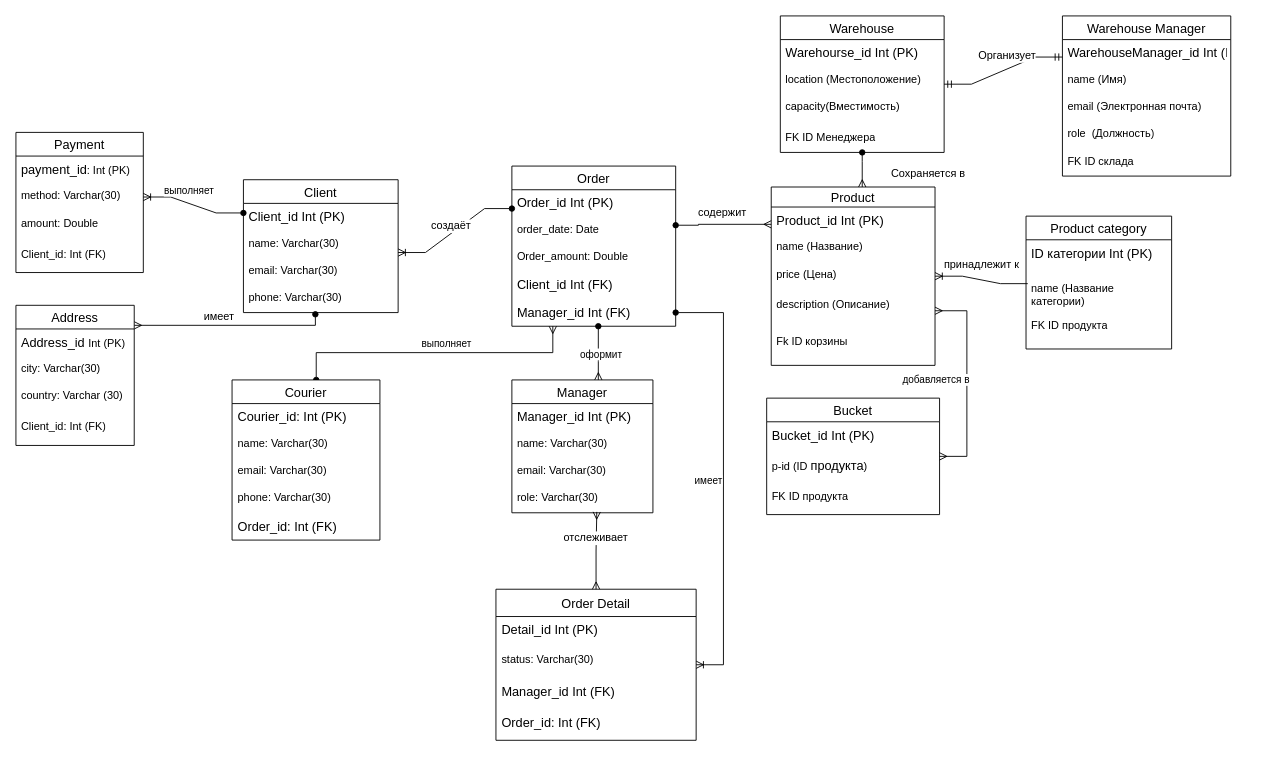
This is obos_6th.drawio from mati-tech/draw.io, a draw.io file, before an edit. Source tidied: cells renumbered, new cells numbered last; positions are measured from the earlier drawing's top-left corner, leaving out a move shared by most shapes. Both pictures are drawn from the tidied source at 91%, with x=0, y=0 at pixel (15, 15).
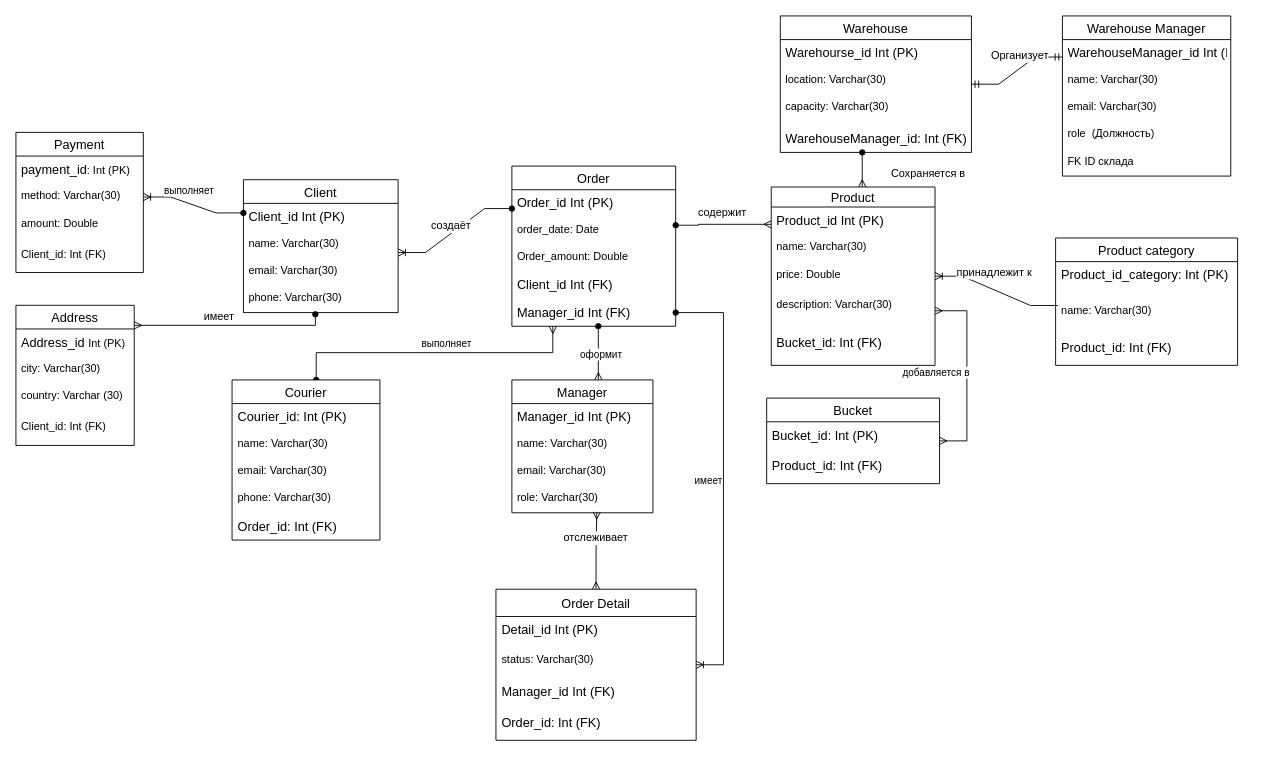
After the change.

The change refers to these unchanged cells:
```xml
<mxCell id="15" value="Product" style="swimlane;fontStyle=0;horizontal=1;startSize=22;align=center;fontSize=14;" parent="1" vertex="1">
  <mxGeometry x="830" y="188" width="180" height="196" as="geometry" />
</mxCell>
<mxCell id="70" value="Warehouse Manager" style="swimlane;fontStyle=0;horizontal=1;startSize=26;align=center;fontSize=14;" parent="1" vertex="1">
  <mxGeometry x="1150" width="185" height="176" as="geometry" />
</mxCell>
```

The edit, as a diff of the source:
```diff
@@
-    <mxCell id="17" value="name (&lt;span style=&quot;background-color: initial;&quot;&gt;Название)&lt;/span&gt;&lt;div&gt;&lt;span style=&quot;background-color: initial;&quot;&gt;&lt;br&gt;&lt;/span&gt;&lt;/div&gt;" style="text;strokeColor=none;fillColor=none;spacingLeft=4;spacingRight=4;overflow=hidden;fontSize=12;whiteSpace=wrap;html=1;" parent="15" vertex="1">
+    <mxCell id="17" value="&lt;div&gt;name: Varchar(30)&lt;span style=&quot;background-color: initial;&quot;&gt;&lt;/span&gt;&lt;/div&gt;" style="text;strokeColor=none;fillColor=none;spacingLeft=4;spacingRight=4;overflow=hidden;fontSize=12;whiteSpace=wrap;html=1;" parent="15" vertex="1">
       <mxGeometry y="52" width="180" height="30" as="geometry" />
     </mxCell>
-    <mxCell id="18" value="price (Цена)&lt;div&gt;&lt;span style=&quot;background-color: initial;&quot;&gt;&lt;br&gt;&lt;/span&gt;&lt;/div&gt;" style="text;strokeColor=none;fillColor=none;spacingLeft=4;spacingRight=4;overflow=hidden;fontSize=12;whiteSpace=wrap;html=1;" parent="15" vertex="1">
+    <mxCell id="18" value="&lt;div&gt;price: Double&lt;/div&gt;" style="text;strokeColor=none;fillColor=none;spacingLeft=4;spacingRight=4;overflow=hidden;fontSize=12;whiteSpace=wrap;html=1;" parent="15" vertex="1">
       <mxGeometry y="82" width="180" height="34" as="geometry" />
     </mxCell>
-    <mxCell id="19" value="description (Описание)&lt;div&gt;&lt;span style=&quot;background-color: initial;&quot;&gt;&lt;br&gt;&lt;/span&gt;&lt;/div&gt;" style="text;strokeColor=none;fillColor=none;spacingLeft=4;spacingRight=4;overflow=hidden;points=[[0,0.5],[1,0.5]];portConstraint=eastwest;fontSize=12;whiteSpace=wrap;html=1;" parent="15" vertex="1">
+    <mxCell id="19" value="&lt;div&gt;description: Varchar(30)&lt;span style=&quot;background-color: initial;&quot;&gt;&lt;/span&gt;&lt;/div&gt;" style="text;strokeColor=none;fillColor=none;spacingLeft=4;spacingRight=4;overflow=hidden;points=[[0,0.5],[1,0.5]];portConstraint=eastwest;fontSize=12;whiteSpace=wrap;html=1;" parent="15" vertex="1">
       <mxGeometry y="116" width="180" height="40" as="geometry" />
     </mxCell>
-    <mxCell id="20" value="&lt;div&gt;&lt;font style=&quot;font-size: 12px;&quot;&gt;&lt;span style=&quot;text-align: center; text-wrap-mode: nowrap;&quot;&gt;Fk ID&amp;nbsp;&lt;/span&gt;&lt;span style=&quot;text-align: center; text-wrap-mode: nowrap; background-color: initial;&quot;&gt;корзины&lt;/span&gt;&lt;/font&gt;&lt;/div&gt;" style="text;strokeColor=none;fillColor=none;spacingLeft=4;spacingRight=4;overflow=hidden;fontSize=12;whiteSpace=wrap;html=1;" parent="15" vertex="1">
+    <mxCell id="20" value="&lt;span style=&quot;font-size: 14px; text-align: center; text-wrap-mode: nowrap;&quot;&gt;Bucket_id: Int (FK)&lt;/span&gt;" style="text;strokeColor=none;fillColor=none;spacingLeft=4;spacingRight=4;overflow=hidden;fontSize=12;whiteSpace=wrap;html=1;" parent="15" vertex="1">
       <mxGeometry y="156" width="180" height="40" as="geometry" />
     </mxCell>
     <mxCell id="21" value="Product category" style="swimlane;fontStyle=0;horizontal=1;startSize=26;align=center;fontSize=14;" parent="1" vertex="1">
-      <mxGeometry x="1110" y="220" width="160" height="146" as="geometry" />
+      <mxGeometry x="1142.5" y="244" width="200" height="140" as="geometry" />
     </mxCell>
-    <mxCell id="22" value="&lt;div&gt;&lt;span style=&quot;font-size: 14px; text-align: center; text-wrap-mode: nowrap;&quot;&gt;ID категории&amp;nbsp;Int (PK)&amp;nbsp;&lt;/span&gt;&lt;/div&gt;" style="text;strokeColor=none;fillColor=none;spacingLeft=4;spacingRight=4;overflow=hidden;fontSize=12;whiteSpace=wrap;html=1;" parent="21" vertex="1">
-      <mxGeometry y="26" width="160" height="40" as="geometry" />
+    <mxCell id="22" value="&lt;span style=&quot;font-size: 14px; text-align: center; text-wrap-mode: nowrap;&quot;&gt;Product_id_category: Int (PK)&amp;nbsp;&lt;/span&gt;" style="text;strokeColor=none;fillColor=none;spacingLeft=4;spacingRight=4;overflow=hidden;fontSize=12;whiteSpace=wrap;html=1;" parent="21" vertex="1">
+      <mxGeometry y="26" width="200" height="40" as="geometry" />
     </mxCell>
-    <mxCell id="23" value="name (Название категории)&lt;div&gt;&lt;br&gt;&lt;/div&gt;" style="text;strokeColor=none;fillColor=none;spacingLeft=4;spacingRight=4;overflow=hidden;points=[[0,0.5],[1,0.5]];portConstraint=eastwest;fontSize=12;whiteSpace=wrap;html=1;" parent="21" vertex="1">
-      <mxGeometry y="66" width="160" height="40" as="geometry" />
+    <mxCell id="23" value="&lt;div&gt;name: Varchar(30)&lt;/div&gt;" style="text;strokeColor=none;fillColor=none;spacingLeft=4;spacingRight=4;overflow=hidden;points=[[0,0.5],[1,0.5]];portConstraint=eastwest;fontSize=12;whiteSpace=wrap;html=1;" parent="21" vertex="1">
+      <mxGeometry y="66" width="200" height="40" as="geometry" />
     </mxCell>
-    <mxCell id="24" value="&lt;div&gt;FK ID&amp;nbsp;&lt;span style=&quot;text-align: center; text-wrap-mode: nowrap; background-color: initial;&quot;&gt;&lt;font style=&quot;font-size: 12px;&quot;&gt;продукта&lt;/font&gt;&lt;/span&gt;&lt;/div&gt;" style="text;strokeColor=none;fillColor=none;spacingLeft=4;spacingRight=4;overflow=hidden;fontSize=12;whiteSpace=wrap;html=1;" parent="21" vertex="1">
-      <mxGeometry y="106" width="160" height="40" as="geometry" />
+    <mxCell id="24" value="&lt;span style=&quot;font-size: 14px; text-align: center; text-wrap-mode: nowrap;&quot;&gt;Product_id: Int (FK)&lt;/span&gt;" style="text;strokeColor=none;fillColor=none;spacingLeft=4;spacingRight=4;overflow=hidden;fontSize=12;whiteSpace=wrap;html=1;" parent="21" vertex="1">
+      <mxGeometry y="106" width="200" height="34" as="geometry" />
     </mxCell>
@@
     <mxCell id="42" value="Bucket" style="swimlane;fontStyle=0;horizontal=1;startSize=26;align=center;fontSize=14;" parent="1" vertex="1">
-      <mxGeometry x="825" y="420" width="190" height="128" as="geometry" />
+      <mxGeometry x="825" y="420" width="190" height="94" as="geometry" />
     </mxCell>
-    <mxCell id="43" value="&lt;div&gt;&lt;span style=&quot;font-size: 14px; text-align: center; text-wrap-mode: nowrap;&quot;&gt;Bucket_id&amp;nbsp;Int (PK)&amp;nbsp;&lt;/span&gt;&lt;/div&gt;" style="text;strokeColor=none;fillColor=none;spacingLeft=4;spacingRight=4;overflow=hidden;fontSize=12;whiteSpace=wrap;html=1;" parent="42" vertex="1">
+    <mxCell id="43" value="&lt;div&gt;&lt;span style=&quot;font-size: 14px; text-align: center; text-wrap-mode: nowrap;&quot;&gt;Bucket_id: Int (PK)&amp;nbsp;&lt;/span&gt;&lt;/div&gt;" style="text;strokeColor=none;fillColor=none;spacingLeft=4;spacingRight=4;overflow=hidden;fontSize=12;whiteSpace=wrap;html=1;" parent="42" vertex="1">
       <mxGeometry y="26" width="190" height="34" as="geometry" />
     </mxCell>
-    <mxCell id="44" value="p-id (&lt;span style=&quot;background-color: initial;&quot;&gt;ID&amp;nbsp;&lt;/span&gt;&lt;span style=&quot;font-size: 14px; text-align: center; text-wrap-mode: nowrap;&quot;&gt;продукта&lt;/span&gt;)&lt;div&gt;&lt;br&gt;&lt;/div&gt;" style="text;strokeColor=none;fillColor=none;spacingLeft=4;spacingRight=4;overflow=hidden;fontSize=12;whiteSpace=wrap;html=1;" parent="42" vertex="1">
+    <mxCell id="44" value="&lt;div&gt;&lt;span style=&quot;font-size: 14px; text-align: center; text-wrap-mode: nowrap;&quot;&gt;Product_id: Int (FK)&lt;/span&gt;&lt;/div&gt;" style="text;strokeColor=none;fillColor=none;spacingLeft=4;spacingRight=4;overflow=hidden;fontSize=12;whiteSpace=wrap;html=1;" parent="42" vertex="1">
       <mxGeometry y="60" width="190" height="34" as="geometry" />
     </mxCell>
-    <mxCell id="45" value="&lt;div&gt;&lt;span style=&quot;text-align: center; text-wrap-mode: nowrap;&quot;&gt;&lt;font style=&quot;font-size: 12px;&quot;&gt;FK ID продукта&lt;/font&gt;&lt;/span&gt;&lt;/div&gt;" style="text;strokeColor=none;fillColor=none;spacingLeft=4;spacingRight=4;overflow=hidden;fontSize=12;whiteSpace=wrap;html=1;" parent="42" vertex="1">
-      <mxGeometry y="94" width="190" height="34" as="geometry" />
-    </mxCell>
@@
     <mxCell id="65" value="Warehouse" style="swimlane;fontStyle=0;horizontal=1;startSize=26;align=center;fontSize=14;" parent="1" vertex="1">
-      <mxGeometry x="840" width="180" height="150" as="geometry" />
+      <mxGeometry x="840" width="210" height="150" as="geometry" />
     </mxCell>
     <mxCell id="66" value="&lt;div&gt;&lt;div&gt;&lt;span style=&quot;font-size: 14px; text-align: center; text-wrap-mode: nowrap;&quot;&gt;Warehourse_id&amp;nbsp;Int (PK)&amp;nbsp;&lt;/span&gt;&lt;span style=&quot;background-color: initial;&quot;&gt;&lt;/span&gt;&lt;/div&gt;&lt;/div&gt;" style="text;strokeColor=none;fillColor=none;spacingLeft=4;spacingRight=4;overflow=hidden;fontSize=12;whiteSpace=wrap;html=1;" parent="65" vertex="1">
-      <mxGeometry y="26" width="180" height="30" as="geometry" />
+      <mxGeometry y="26" width="210" height="30" as="geometry" />
     </mxCell>
-    <mxCell id="67" value="location (&lt;span style=&quot;background-color: initial;&quot;&gt;Местоположение&lt;/span&gt;&lt;span style=&quot;background-color: initial;&quot;&gt;)&lt;/span&gt;&lt;div&gt;&lt;div&gt;&lt;span style=&quot;background-color: initial;&quot;&gt;&lt;br&gt;&lt;/span&gt;&lt;/div&gt;&lt;/div&gt;" style="text;strokeColor=none;fillColor=none;spacingLeft=4;spacingRight=4;overflow=hidden;fontSize=12;whiteSpace=wrap;html=1;" parent="65" vertex="1">
-      <mxGeometry y="56" width="180" height="30" as="geometry" />
+    <mxCell id="67" value="&lt;div&gt;&lt;div&gt;location: Varchar(30)&lt;span style=&quot;background-color: initial;&quot;&gt;&lt;/span&gt;&lt;/div&gt;&lt;/div&gt;" style="text;strokeColor=none;fillColor=none;spacingLeft=4;spacingRight=4;overflow=hidden;fontSize=12;whiteSpace=wrap;html=1;" parent="65" vertex="1">
+      <mxGeometry y="56" width="210" height="30" as="geometry" />
     </mxCell>
-    <mxCell id="68" value="capacity(Вместимость)&lt;div&gt;&lt;span style=&quot;background-color: initial;&quot;&gt;&lt;br&gt;&lt;/span&gt;&lt;/div&gt;" style="text;strokeColor=none;fillColor=none;spacingLeft=4;spacingRight=4;overflow=hidden;fontSize=12;whiteSpace=wrap;html=1;" parent="65" vertex="1">
-      <mxGeometry y="86" width="180" height="34" as="geometry" />
+    <mxCell id="68" value="&lt;div&gt;capacity: Varchar(30)&lt;span style=&quot;background-color: initial;&quot;&gt;&lt;/span&gt;&lt;/div&gt;" style="text;strokeColor=none;fillColor=none;spacingLeft=4;spacingRight=4;overflow=hidden;fontSize=12;whiteSpace=wrap;html=1;" parent="65" vertex="1">
+      <mxGeometry y="86" width="210" height="34" as="geometry" />
     </mxCell>
-    <mxCell id="69" value="&lt;div&gt;&lt;font style=&quot;font-size: 12px;&quot;&gt;&lt;span style=&quot;text-align: center; text-wrap-mode: nowrap;&quot;&gt;&lt;font style=&quot;&quot;&gt;FK&amp;nbsp;&lt;/font&gt;&lt;/span&gt;&lt;span style=&quot;text-align: center; text-wrap-mode: nowrap; background-color: initial;&quot;&gt;ID Менеджера&lt;/span&gt;&lt;/font&gt;&lt;/div&gt;" style="text;strokeColor=none;fillColor=none;spacingLeft=4;spacingRight=4;overflow=hidden;points=[[0,0.5],[1,0.5]];portConstraint=eastwest;fontSize=12;whiteSpace=wrap;html=1;" parent="65" vertex="1">
-      <mxGeometry y="120" width="180" height="30" as="geometry" />
+    <mxCell id="69" value="&lt;span style=&quot;font-size: 14px; text-align: center; text-wrap-mode: nowrap;&quot;&gt;WarehouseManager_id: Int (FK)&lt;/span&gt;" style="text;strokeColor=none;fillColor=none;spacingLeft=4;spacingRight=4;overflow=hidden;points=[[0,0.5],[1,0.5]];portConstraint=eastwest;fontSize=12;whiteSpace=wrap;html=1;" parent="65" vertex="1">
+      <mxGeometry y="120" width="210" height="30" as="geometry" />
     </mxCell>
@@
-    <mxCell id="72" value="name (Имя)&lt;div&gt;&lt;br&gt;&lt;/div&gt;" style="text;strokeColor=none;fillColor=none;spacingLeft=4;spacingRight=4;overflow=hidden;fontSize=12;whiteSpace=wrap;html=1;" parent="70" vertex="1">
+    <mxCell id="72" value="&lt;div&gt;name: Varchar(30)&lt;/div&gt;" style="text;strokeColor=none;fillColor=none;spacingLeft=4;spacingRight=4;overflow=hidden;fontSize=12;whiteSpace=wrap;html=1;" parent="70" vertex="1">
       <mxGeometry y="56" width="185" height="30" as="geometry" />
     </mxCell>
-    <mxCell id="73" value="email (Электронная почта)&lt;div&gt;&lt;br&gt;&lt;/div&gt;" style="text;strokeColor=none;fillColor=none;spacingLeft=4;spacingRight=4;overflow=hidden;fontSize=12;whiteSpace=wrap;html=1;" parent="70" vertex="1">
+    <mxCell id="73" value="&lt;div&gt;email: Varchar(30)&lt;/div&gt;" style="text;strokeColor=none;fillColor=none;spacingLeft=4;spacingRight=4;overflow=hidden;fontSize=12;whiteSpace=wrap;html=1;" parent="70" vertex="1">
       <mxGeometry y="86" width="185" height="30" as="geometry" />
     </mxCell>
```
